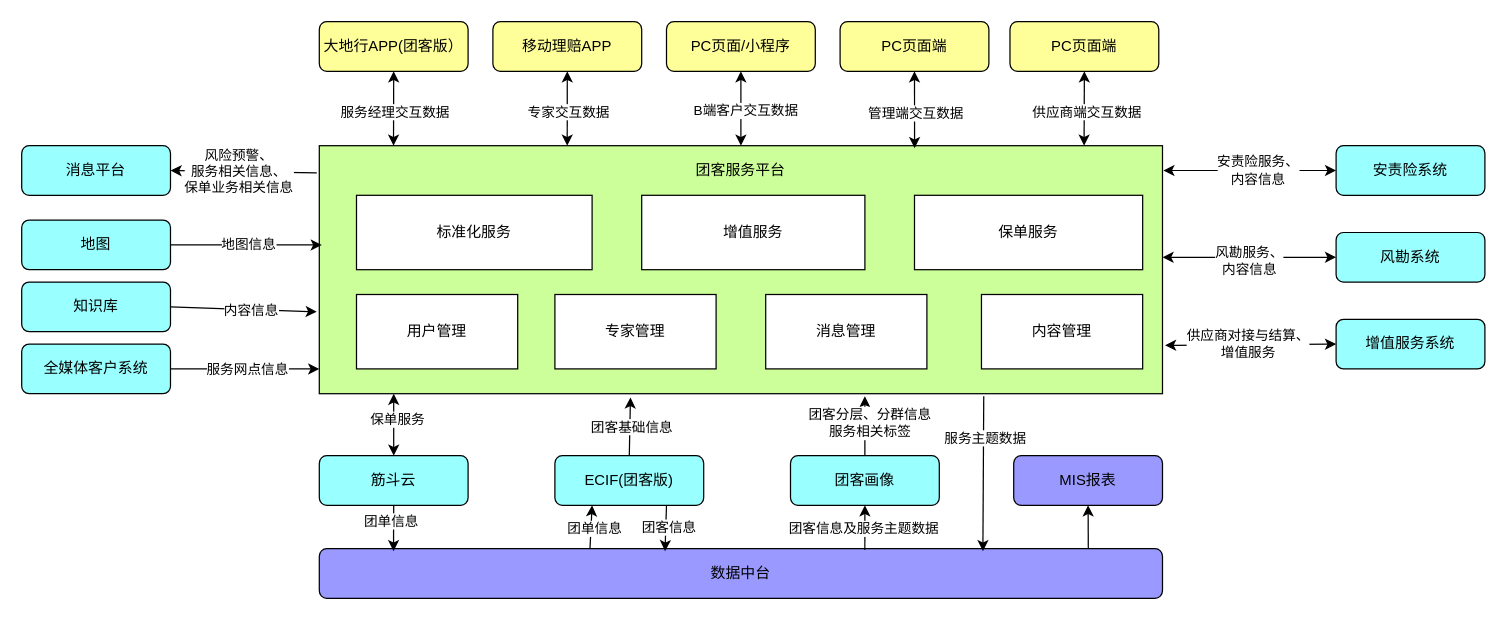
This is 团客总体设计.drawio from loc1129/tech, a draw.io file, before an edit. Source tidied: cells renumbered, new cells numbered last; positions are measured from the earlier drawing's top-left corner, leaving out a move shared by most shapes. Both pictures are drawn from the tidied source at 124%, with x=0, y=0 at pixel (21, 21).
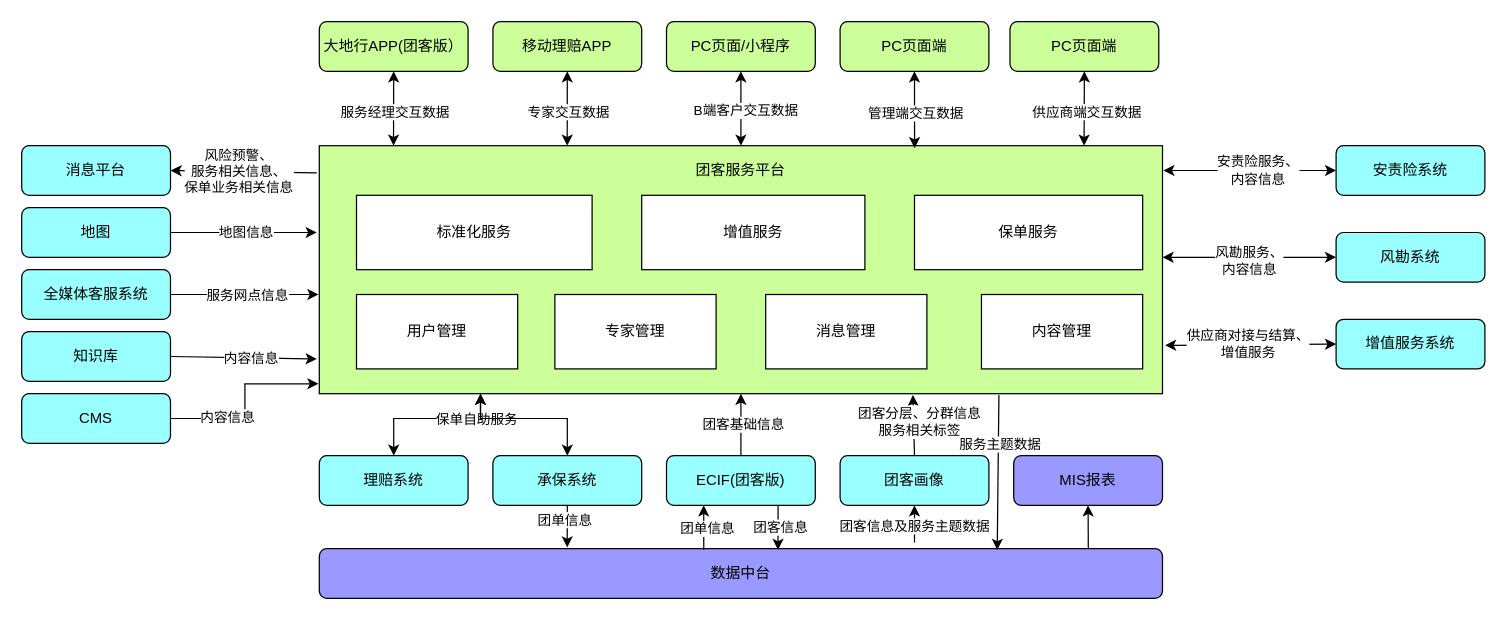
Above is the later version.

Commit message:
更新团客总体设计.drawio

Unchanged cells that the change refers to:
```xml
<mxCell id="2" style="rounded=0;whiteSpace=wrap;html=1;fillColor=#CCFF99;" parent="1" vertex="1">
  <mxGeometry x="240" y="100" width="680" height="200" as="geometry" />
</mxCell>
<mxCell id="46" value="数据中台" style="rounded=1;whiteSpace=wrap;html=1;fillColor=#9999FF;" parent="1" vertex="1">
  <mxGeometry x="240" y="425" width="680" height="40" as="geometry" />
</mxCell>
```

Diff of the diagram source:
```diff
@@
-    <mxCell id="3" value="大地行APP(团客版）" style="rounded=1;whiteSpace=wrap;html=1;fillColor=#FFFF99;" parent="1" vertex="1">
-      <mxGeometry x="240" width="120" height="40" as="geometry" />
-    </mxCell>
-    <mxCell id="4" value="移动理赔APP" style="rounded=1;whiteSpace=wrap;html=1;fillColor=#FFFF99;" parent="1" vertex="1">
+    <mxCell id="4" value="移动理赔APP" style="rounded=1;whiteSpace=wrap;html=1;fillColor=#CCFF99;" parent="1" vertex="1">
       <mxGeometry x="380" width="120" height="40" as="geometry" />
     </mxCell>
-    <mxCell id="5" value="PC页面/小程序" style="rounded=1;whiteSpace=wrap;html=1;fillColor=#FFFF99;" parent="1" vertex="1">
+    <mxCell id="5" value="PC页面/小程序" style="rounded=1;whiteSpace=wrap;html=1;fillColor=#CCFF99;" parent="1" vertex="1">
       <mxGeometry x="520" width="120" height="40" as="geometry" />
     </mxCell>
-    <mxCell id="6" value="PC页面端" style="rounded=1;whiteSpace=wrap;html=1;fillColor=#FFFF99;" parent="1" vertex="1">
+    <mxCell id="6" value="PC页面端" style="rounded=1;whiteSpace=wrap;html=1;fillColor=#CCFF99;" parent="1" vertex="1">
       <mxGeometry x="660" width="120" height="40" as="geometry" />
     </mxCell>
-    <mxCell id="7" value="PC页面端" style="rounded=1;whiteSpace=wrap;html=1;fillColor=#FFFF99;" parent="1" vertex="1">
+    <mxCell id="7" value="PC页面端" style="rounded=1;whiteSpace=wrap;html=1;fillColor=#CCFF99;" parent="1" vertex="1">
       <mxGeometry x="797" width="120" height="40" as="geometry" />
     </mxCell>
@@
     <mxCell id="19" value="地图" style="rounded=1;whiteSpace=wrap;html=1;fillColor=#99FFFF;" parent="1" vertex="1">
-      <mxGeometry y="160" width="120" height="40" as="geometry" />
+      <mxGeometry y="150" width="120" height="40" as="geometry" />
     </mxCell>
     <mxCell id="20" value="知识库" style="rounded=1;whiteSpace=wrap;html=1;fillColor=#99FFFF;" parent="1" vertex="1">
-      <mxGeometry y="210" width="120" height="40" as="geometry" />
+      <mxGeometry y="250" width="120" height="40" as="geometry" />
     </mxCell>
@@
-    <mxCell id="26" style="endArrow=classic;html=1;rounded=0;exitX=1;exitY=0.5;exitDx=0;exitDy=0;entryX=0.003;entryY=0.4;entryDx=0;entryDy=0;entryPerimeter=0;" parent="1" edge="1" source="19" target="2">
+    <mxCell id="26" style="endArrow=classic;html=1;rounded=0;exitX=1;exitY=0.5;exitDx=0;exitDy=0;entryX=-0.003;entryY=0.35;entryDx=0;entryDy=0;entryPerimeter=0;" parent="1" edge="1" source="19" target="2">
       <mxGeometry relative="1" as="geometry" />
     </mxCell>
@@
-    <mxCell id="28" style="endArrow=classic;html=1;rounded=0;exitX=1;exitY=0.5;exitDx=0;exitDy=0;entryX=-0.003;entryY=0.67;entryDx=0;entryDy=0;entryPerimeter=0;" parent="1" edge="1" source="20" target="2">
+    <mxCell id="28" style="endArrow=classic;html=1;rounded=0;exitX=1;exitY=0.5;exitDx=0;exitDy=0;entryX=-0.003;entryY=0.86;entryDx=0;entryDy=0;entryPerimeter=0;" parent="1" edge="1" source="20" target="2">
       <mxGeometry relative="1" as="geometry" />
     </mxCell>
@@
-    <mxCell id="36" value="筋斗云" style="rounded=1;whiteSpace=wrap;html=1;fillColor=#99FFFF;" parent="1" vertex="1">
-      <mxGeometry x="240" y="350" width="120" height="40" as="geometry" />
+    <mxCell id="36" value="承保系统" style="rounded=1;whiteSpace=wrap;html=1;fillColor=#99FFFF;" parent="1" vertex="1">
+      <mxGeometry x="380" y="350" width="120" height="40" as="geometry" />
     </mxCell>
-    <mxCell id="37" style="endArrow=classic;startArrow=classic;html=1;rounded=0;exitX=0.5;exitY=0;exitDx=0;exitDy=0;" parent="1" edge="1" source="36">
+    <mxCell id="37" style="endArrow=classic;startArrow=classic;html=1;rounded=0;exitX=0.5;exitY=0;exitDx=0;exitDy=0;" parent="1" edge="1" source="72">
       <mxGeometry relative="1" as="geometry">
-        <mxPoint x="300" y="300" as="targetPoint" />
+        <mxPoint x="370" y="300" as="targetPoint" />
+        <Array as="points">
+          <mxPoint x="300" y="320" />
+          <mxPoint x="370" y="320" />
+        </Array>
       </mxGeometry>
     </mxCell>
-    <mxCell id="38" value="保单服务" style="edgeLabel;html=1;align=center;verticalAlign=middle;" parent="37" vertex="1">
-      <mxGeometry x="0.19" y="-2" relative="1" as="geometry" />
+    <mxCell id="38" value="保单自助服务" style="edgeLabel;html=1;align=center;verticalAlign=middle;" parent="37" vertex="1">
+      <mxGeometry x="0.19" y="-2" relative="1" as="geometry">
+        <mxPoint x="25" y="-2" as="offset" />
+      </mxGeometry>
     </mxCell>
     <mxCell id="39" value="ECIF(团客版)" style="rounded=1;whiteSpace=wrap;html=1;fillColor=#99FFFF;" parent="1" vertex="1">
-      <mxGeometry x="430" y="350" width="120" height="40" as="geometry" />
+      <mxGeometry x="520" y="350" width="120" height="40" as="geometry" />
     </mxCell>
-    <mxCell id="40" style="endArrow=classic;html=1;rounded=0;exitX=0.5;exitY=0;exitDx=0;exitDy=0;entryX=0.369;entryY=1.015;entryDx=0;entryDy=0;entryPerimeter=0;" parent="1" edge="1" source="39" target="2">
+    <mxCell id="40" style="endArrow=classic;html=1;rounded=0;exitX=0.5;exitY=0;exitDx=0;exitDy=0;entryX=0.5;entryY=1;entryDx=0;entryDy=0;" parent="1" edge="1" source="39" target="2">
       <mxGeometry relative="1" as="geometry" />
     </mxCell>
@@
     <mxCell id="42" value="团客画像" style="rounded=1;whiteSpace=wrap;html=1;fillColor=#99FFFF;" parent="1" vertex="1">
-      <mxGeometry x="620" y="350" width="120" height="40" as="geometry" />
+      <mxGeometry x="660" y="350" width="120" height="40" as="geometry" />
     </mxCell>
-    <mxCell id="43" style="endArrow=classic;html=1;rounded=0;exitX=0.5;exitY=0;exitDx=0;exitDy=0;entryX=0.647;entryY=1.01;entryDx=0;entryDy=0;entryPerimeter=0;" parent="1" edge="1" source="42" target="2">
+    <mxCell id="43" style="endArrow=classic;html=1;rounded=0;exitX=0.5;exitY=0;exitDx=0;exitDy=0;entryX=0.704;entryY=1.005;entryDx=0;entryDy=0;entryPerimeter=0;" parent="1" edge="1" source="42" target="2">
       <mxGeometry relative="1" as="geometry" />
     </mxCell>
@@
-    <mxCell id="47" style="endArrow=classic;html=1;rounded=0;exitX=0.788;exitY=1.01;exitDx=0;exitDy=0;exitPerimeter=0;entryX=0.787;entryY=0.05;entryDx=0;entryDy=0;entryPerimeter=0;" parent="1" edge="1" source="2" target="46">
+    <mxCell id="47" style="endArrow=classic;html=1;rounded=0;exitX=0.806;exitY=1.005;exitDx=0;exitDy=0;exitPerimeter=0;entryX=0.804;entryY=0.025;entryDx=0;entryDy=0;entryPerimeter=0;" parent="1" edge="1" source="2" target="46">
       <mxGeometry relative="1" as="geometry" />
     </mxCell>
     <mxCell id="48" value="服务主题数据" style="edgeLabel;html=1;align=center;verticalAlign=middle;" parent="47" vertex="1">
-      <mxGeometry x="-0.47" y="1" relative="1" as="geometry" />
+      <mxGeometry x="-0.47" y="1" relative="1" as="geometry">
+        <mxPoint y="6" as="offset" />
+      </mxGeometry>
     </mxCell>
@@
-    <mxCell id="50" style="endArrow=classic;html=1;rounded=0;exitX=0.5;exitY=1;exitDx=0;exitDy=0;entryX=0.088;entryY=0.05;entryDx=0;entryDy=0;entryPerimeter=0;" parent="1" edge="1" source="36" target="46">
+    <mxCell id="50" style="endArrow=classic;html=1;rounded=0;exitX=0.5;exitY=1;exitDx=0;exitDy=0;entryX=0.294;entryY=-0.025;entryDx=0;entryDy=0;entryPerimeter=0;" parent="1" edge="1" source="36" target="46">
       <mxGeometry relative="1" as="geometry" />
     </mxCell>
@@
-    <mxCell id="52" style="endArrow=classic;html=1;rounded=0;exitX=0.321;exitY=0;exitDx=0;exitDy=0;exitPerimeter=0;entryX=0.25;entryY=1;entryDx=0;entryDy=0;" parent="1" edge="1" source="46" target="39">
+    <mxCell id="52" style="endArrow=classic;html=1;rounded=0;exitX=0.456;exitY=0.025;exitDx=0;exitDy=0;exitPerimeter=0;entryX=0.25;entryY=1;entryDx=0;entryDy=0;" parent="1" edge="1" source="46" target="39">
       <mxGeometry relative="1" as="geometry" />
     </mxCell>
@@
-    <mxCell id="54" style="endArrow=classic;html=1;rounded=0;exitX=0.647;exitY=0.025;exitDx=0;exitDy=0;exitPerimeter=0;entryX=0.5;entryY=1;entryDx=0;entryDy=0;" parent="1" edge="1" source="46" target="42">
-      <mxGeometry relative="1" as="geometry" />
+    <mxCell id="54" style="endArrow=classic;html=1;rounded=0;entryX=0.5;entryY=1;entryDx=0;entryDy=0;" parent="1" edge="1" target="42">
+      <mxGeometry relative="1" as="geometry">
+        <mxPoint x="720" y="420" as="sourcePoint" />
+      </mxGeometry>
     </mxCell>
@@
-    <mxCell id="56" value="全媒体客户系统" style="rounded=1;whiteSpace=wrap;html=1;fillColor=#99FFFF;" parent="1" vertex="1">
-      <mxGeometry y="260" width="120" height="40" as="geometry" />
+    <mxCell id="56" value="全媒体客服系统" style="rounded=1;whiteSpace=wrap;html=1;fillColor=#99FFFF;" parent="1" vertex="1">
+      <mxGeometry y="200" width="120" height="40" as="geometry" />
     </mxCell>
-    <mxCell id="57" style="endArrow=classic;html=1;rounded=0;exitX=1;exitY=0.5;exitDx=0;exitDy=0;entryX=0;entryY=0.9;entryDx=0;entryDy=0;entryPerimeter=0;" parent="1" edge="1" source="56" target="2">
+    <mxCell id="57" style="endArrow=classic;html=1;rounded=0;exitX=1;exitY=0.5;exitDx=0;exitDy=0;entryX=-0.001;entryY=0.6;entryDx=0;entryDy=0;entryPerimeter=0;" parent="1" edge="1" source="56" target="2">
       <mxGeometry relative="1" as="geometry" />
     </mxCell>
@@
-    <mxCell id="67" style="endArrow=classic;html=1;rounded=0;exitX=0.75;exitY=1;exitDx=0;exitDy=0;entryX=0.41;entryY=0.05;entryDx=0;entryDy=0;entryPerimeter=0;" parent="1" edge="1" source="39" target="46">
+    <mxCell id="67" style="endArrow=classic;html=1;rounded=0;exitX=0.75;exitY=1;exitDx=0;exitDy=0;entryX=0.544;entryY=0.025;entryDx=0;entryDy=0;entryPerimeter=0;" parent="1" edge="1" source="39" target="46">
       <mxGeometry relative="1" as="geometry" />
     </mxCell>
@@
+    <mxCell id="3" value="大地行APP(团客版）" style="rounded=1;whiteSpace=wrap;html=1;fillColor=#CCFF99;" parent="1" vertex="1">
+      <mxGeometry x="240" width="120" height="40" as="geometry" />
+    </mxCell>
+    <mxCell id="69" value="CMS" style="rounded=1;whiteSpace=wrap;html=1;fillColor=#99FFFF;" parent="1" vertex="1">
+      <mxGeometry y="300" width="120" height="40" as="geometry" />
+    </mxCell>
+    <mxCell id="70" style="endArrow=classic;html=1;rounded=0;exitX=1;exitY=0.5;exitDx=0;exitDy=0;entryX=-0.001;entryY=0.96;entryDx=0;entryDy=0;entryPerimeter=0;" parent="1" edge="1" source="69" target="2">
+      <mxGeometry relative="1" as="geometry">
+        <Array as="points">
+          <mxPoint x="180" y="320" />
+          <mxPoint x="180" y="292" />
+        </Array>
+      </mxGeometry>
+    </mxCell>
+    <mxCell id="71" value="内容信息" style="edgeLabel;html=1;align=center;verticalAlign=middle;" parent="70" vertex="1">
+      <mxGeometry x="-0.39" y="2" relative="1" as="geometry" />
+    </mxCell>
+    <mxCell id="72" value="理赔系统" style="rounded=1;whiteSpace=wrap;html=1;fillColor=#99FFFF;" parent="1" vertex="1">
+      <mxGeometry x="240" y="350" width="120" height="40" as="geometry" />
+    </mxCell>
+    <mxCell id="73" style="endArrow=classic;startArrow=classic;html=1;rounded=0;entryX=0.5;entryY=0;entryDx=0;entryDy=0;" parent="1" edge="1" target="36">
+      <mxGeometry relative="1" as="geometry">
+        <mxPoint x="370" y="300" as="sourcePoint" />
+        <Array as="points">
+          <mxPoint x="370" y="320" />
+          <mxPoint x="440" y="320" />
+        </Array>
+      </mxGeometry>
+    </mxCell>
```
